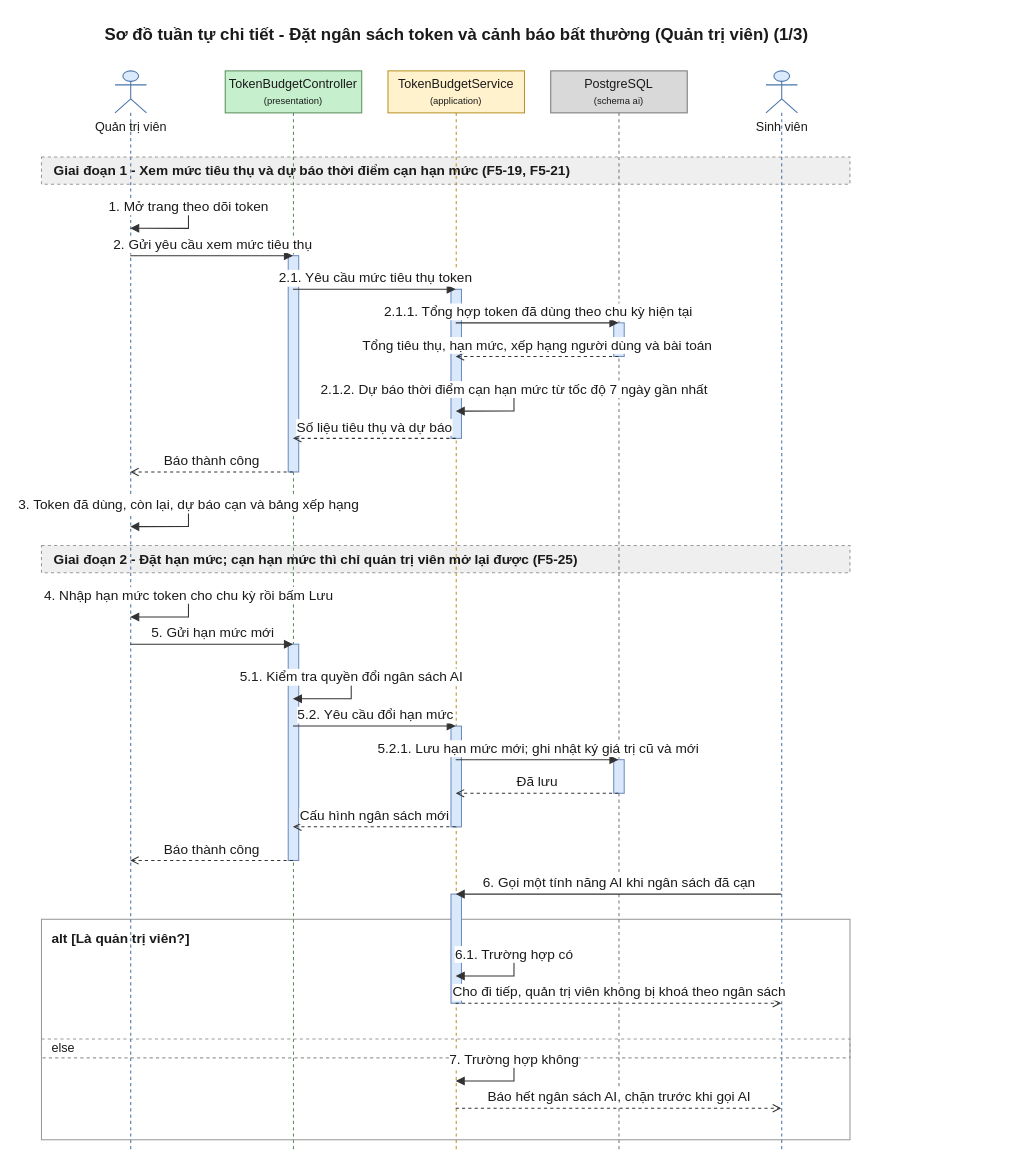
daiphu1801/PRJ_ALGOPREP keeps this draw.io diagram as 08-diagram/sequence/admin/sequence_admin_dat_ngan_sach_token_p1.drawio. Above is the earlier version. Source tidied: cells renumbered, new cells numbered last; positions are measured from the earlier drawing's top-left corner, leaving out a move shared by most shapes. Both pictures are drawn from the tidied source at 105%, with x=0, y=0 at pixel (41, 18).
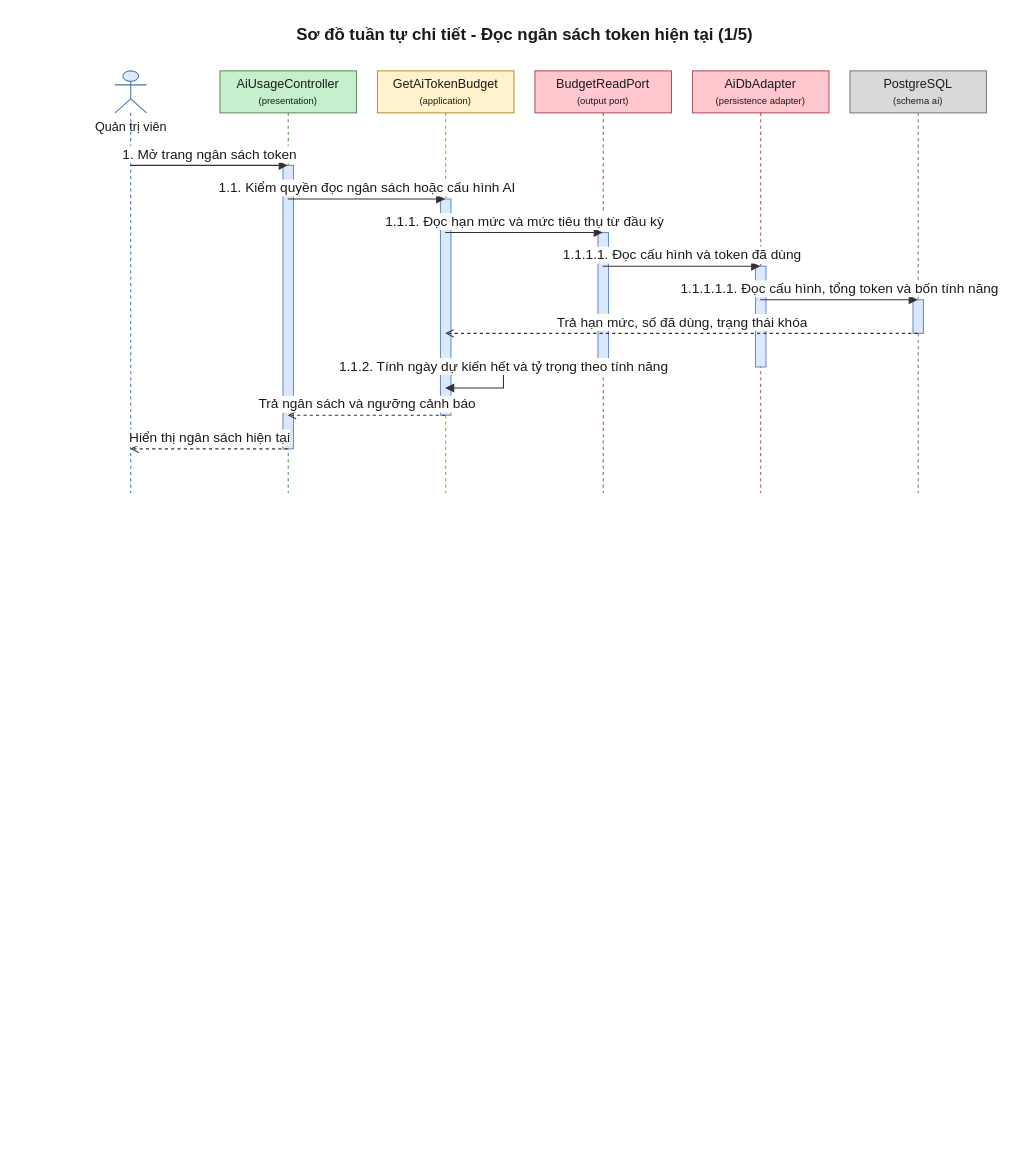
The same page after the edit.

Diff of the diagram source:
```diff
@@
-    <mxCell id="2" value="Sơ đồ tuần tự chi tiết - Đặt ngân sách token và cảnh báo bất thường (Quản trị viên) (1/3)" style="text;html=1;fontSize=16;fontStyle=1;align=center;verticalAlign=middle;fontColor=#1A1A1A;" parent="1" vertex="1">
-      <mxGeometry x="20" width="750" height="30" as="geometry" />
+    <mxCell id="2" value="Sơ đồ tuần tự chi tiết - Đọc ngân sách token hiện tại (1/5)" style="text;html=1;fontSize=16;fontStyle=1;align=center;verticalAlign=middle;fontColor=#1A1A1A;" parent="1" vertex="1">
+      <mxGeometry x="20" width="880" height="30" as="geometry" />
     </mxCell>
-    <mxCell id="3" value="alt [Là quản trị viên?]" style="algoprep=alt;rounded=0;whiteSpace=wrap;html=1;fillColor=none;strokeColor=#999999;verticalAlign=top;align=left;spacingLeft=8;spacingTop=4;fontColor=#1A1A1A;fontSize=13;fontStyle=1;dashed=0;" parent="1" vertex="1">
-      <mxGeometry y="858" width="770" height="210" as="geometry" />
+    <mxCell id="3" value="Quản trị viên" style="shape=umlLifeline;participant=umlActor;perimeter=lifelinePerimeter;html=1;outlineConnect=0;size=40;verticalAlign=top;spacingTop=40;fillColor=#DCEBFC;strokeColor=#4A76A8;fontColor=#1A1A1A;" parent="1" vertex="1">
+      <mxGeometry x="70" y="50" width="30" height="402" as="geometry" />
     </mxCell>
-    <mxCell id="4" value="else" style="text;html=1;dashed=1;strokeColor=#999999;fillColor=none;align=left;verticalAlign=middle;spacingLeft=8;fontColor=#1A1A1A;fontSize=12;" parent="1" vertex="1">
-      <mxGeometry y="972" width="770" height="18" as="geometry" />
+    <mxCell id="4" value="AiUsageController&lt;br&gt;&lt;font style=&quot;font-size:9px&quot;&gt;(presentation)&lt;/font&gt;" style="shape=umlLifeline;perimeter=lifelinePerimeter;whiteSpace=wrap;html=1;outlineConnect=0;size=40;fillColor=#C6EFCE;strokeColor=#5E8E5E;fontColor=#1A1A1A;" parent="1" vertex="1">
+      <mxGeometry x="170" y="50" width="130" height="402" as="geometry" />
     </mxCell>
-    <mxCell id="5" value="Giai đoạn 1 - Xem mức tiêu thụ và dự báo thời điểm cạn hạn mức (F5-19, F5-21)" style="algoprep=phase;rounded=0;whiteSpace=wrap;html=1;fillColor=#EFEFEF;strokeColor=#999999;dashed=1;align=left;verticalAlign=middle;spacingLeft=10;fontColor=#1A1A1A;fontSize=13;fontStyle=1;" parent="1" vertex="1">
-      <mxGeometry y="132" width="770" height="26" as="geometry" />
+    <mxCell id="5" value="GetAiTokenBudget&lt;br&gt;&lt;font style=&quot;font-size:9px&quot;&gt;(application)&lt;/font&gt;" style="shape=umlLifeline;perimeter=lifelinePerimeter;whiteSpace=wrap;html=1;outlineConnect=0;size=40;fillColor=#FFF2CC;strokeColor=#B8952A;fontColor=#1A1A1A;" parent="1" vertex="1">
+      <mxGeometry x="320" y="50" width="130" height="402" as="geometry" />
     </mxCell>
-    <mxCell id="6" value="Giai đoạn 2 - Đặt hạn mức; cạn hạn mức thì chỉ quản trị viên mở lại được (F5-25)" style="algoprep=phase;rounded=0;whiteSpace=wrap;html=1;fillColor=#EFEFEF;strokeColor=#999999;dashed=1;align=left;verticalAlign=middle;spacingLeft=10;fontColor=#1A1A1A;fontSize=13;fontStyle=1;" parent="1" vertex="1">
-      <mxGeometry y="502" width="770" height="26" as="geometry" />
+    <mxCell id="6" value="BudgetReadPort&lt;br&gt;&lt;font style=&quot;font-size:9px&quot;&gt;(output port)&lt;/font&gt;" style="shape=umlLifeline;perimeter=lifelinePerimeter;whiteSpace=wrap;html=1;outlineConnect=0;size=40;fillColor=#FFC7CE;strokeColor=#B0525E;fontColor=#1A1A1A;" parent="1" vertex="1">
+      <mxGeometry x="470" y="50" width="130" height="402" as="geometry" />
     </mxCell>
-    <mxCell id="7" value="Quản trị viên" style="shape=umlLifeline;participant=umlActor;perimeter=lifelinePerimeter;html=1;outlineConnect=0;size=40;verticalAlign=top;spacingTop=40;fillColor=#DCEBFC;strokeColor=#4A76A8;fontColor=#1A1A1A;" parent="1" vertex="1">
-      <mxGeometry x="70" y="50" width="30" height="1030" as="geometry" />
+    <mxCell id="7" value="AiDbAdapter&lt;br&gt;&lt;font style=&quot;font-size:9px&quot;&gt;(persistence adapter)&lt;/font&gt;" style="shape=umlLifeline;perimeter=lifelinePerimeter;whiteSpace=wrap;html=1;outlineConnect=0;size=40;fillColor=#FFC7CE;strokeColor=#B0525E;fontColor=#1A1A1A;" parent="1" vertex="1">
+      <mxGeometry x="620" y="50" width="130" height="402" as="geometry" />
     </mxCell>
-    <mxCell id="8" value="TokenBudgetController&lt;br&gt;&lt;font style=&quot;font-size:9px&quot;&gt;(presentation)&lt;/font&gt;" style="shape=umlLifeline;perimeter=lifelinePerimeter;whiteSpace=wrap;html=1;outlineConnect=0;size=40;fillColor=#C6EFCE;strokeColor=#5E8E5E;fontColor=#1A1A1A;" parent="1" vertex="1">
-      <mxGeometry x="175" y="50" width="130" height="1030" as="geometry" />
+    <mxCell id="8" value="PostgreSQL&lt;br&gt;&lt;font style=&quot;font-size:9px&quot;&gt;(schema ai)&lt;/font&gt;" style="shape=umlLifeline;perimeter=lifelinePerimeter;whiteSpace=wrap;html=1;outlineConnect=0;size=40;fillColor=#D9D9D9;strokeColor=#7A7A7A;fontColor=#1A1A1A;" parent="1" vertex="1">
+      <mxGeometry x="770" y="50" width="130" height="402" as="geometry" />
     </mxCell>
-    <mxCell id="9" value="TokenBudgetService&lt;br&gt;&lt;font style=&quot;font-size:9px&quot;&gt;(application)&lt;/font&gt;" style="shape=umlLifeline;perimeter=lifelinePerimeter;whiteSpace=wrap;html=1;outlineConnect=0;size=40;fillColor=#FFF2CC;strokeColor=#B8952A;fontColor=#1A1A1A;" parent="1" vertex="1">
-      <mxGeometry x="330" y="50" width="130" height="1030" as="geometry" />
+    <mxCell id="9" style="html=1;points=[[0,0,0,0,0],[0,1,0,0,0],[1,0,0,0,0],[1,1,0,0,0]];perimeter=orthogonalPerimeter;outlineConnect=0;targetShapes=umlLifeline;fillColor=#DAE8FC;strokeColor=#6C8EBF;" parent="8" vertex="1">
+      <mxGeometry x="60" y="218" width="10" height="32" as="geometry" />
     </mxCell>
-    <mxCell id="10" value="PostgreSQL&lt;br&gt;&lt;font style=&quot;font-size:9px&quot;&gt;(schema ai)&lt;/font&gt;" style="shape=umlLifeline;perimeter=lifelinePerimeter;whiteSpace=wrap;html=1;outlineConnect=0;size=40;fillColor=#D9D9D9;strokeColor=#7A7A7A;fontColor=#1A1A1A;" parent="1" vertex="1">
-      <mxGeometry x="485" y="50" width="130" height="1030" as="geometry" />
+    <mxCell id="10" style="html=1;points=[[0,0,0,0,0],[0,1,0,0,0],[1,0,0,0,0],[1,1,0,0,0]];perimeter=orthogonalPerimeter;outlineConnect=0;targetShapes=umlLifeline;fillColor=#DAE8FC;strokeColor=#6C8EBF;" parent="7" vertex="1">
+      <mxGeometry x="60" y="186" width="10" height="96" as="geometry" />
     </mxCell>
-    <mxCell id="11" value="Sinh viên" style="shape=umlLifeline;participant=umlActor;perimeter=lifelinePerimeter;html=1;outlineConnect=0;size=40;verticalAlign=top;spacingTop=40;fillColor=#DCEBFC;strokeColor=#4A76A8;fontColor=#1A1A1A;" parent="1" vertex="1">
-      <mxGeometry x="690" y="50" width="30" height="1030" as="geometry" />
+    <mxCell id="11" style="html=1;points=[[0,0,0,0,0],[0,1,0,0,0],[1,0,0,0,0],[1,1,0,0,0]];perimeter=orthogonalPerimeter;outlineConnect=0;targetShapes=umlLifeline;fillColor=#DAE8FC;strokeColor=#6C8EBF;" parent="6" vertex="1">
+      <mxGeometry x="60" y="154" width="10" height="128" as="geometry" />
     </mxCell>
-    <mxCell id="12" style="html=1;perimeter=orthogonalPerimeter;targetShapes=umlLifeline;fillColor=#DAE8FC;strokeColor=#6C8EBF;" parent="10" vertex="1">
-      <mxGeometry x="60" y="240" width="10" height="32" as="geometry" />
+    <mxCell id="12" style="html=1;perimeter=orthogonalPerimeter;targetShapes=umlLifeline;fillColor=#DAE8FC;strokeColor=#6C8EBF;" parent="5" vertex="1">
+      <mxGeometry x="60" y="122" width="10" height="206" as="geometry" />
     </mxCell>
-    <mxCell id="13" style="html=1;perimeter=orthogonalPerimeter;targetShapes=umlLifeline;fillColor=#DAE8FC;strokeColor=#6C8EBF;" parent="9" vertex="1">
-      <mxGeometry x="60" y="208" width="10" height="142" as="geometry" />
+    <mxCell id="13" style="html=1;perimeter=orthogonalPerimeter;targetShapes=umlLifeline;fillColor=#DAE8FC;strokeColor=#6C8EBF;" parent="4" vertex="1">
+      <mxGeometry x="60" y="90" width="10" height="270" as="geometry" />
     </mxCell>
-    <mxCell id="14" style="html=1;perimeter=orthogonalPerimeter;targetShapes=umlLifeline;fillColor=#DAE8FC;strokeColor=#6C8EBF;" parent="8" vertex="1">
-      <mxGeometry x="60" y="176" width="10" height="206" as="geometry" />
-    </mxCell>
-    <mxCell id="15" style="html=1;perimeter=orthogonalPerimeter;targetShapes=umlLifeline;fillColor=#DAE8FC;strokeColor=#6C8EBF;" parent="10" vertex="1">
-      <mxGeometry x="60" y="656" width="10" height="32" as="geometry" />
-    </mxCell>
-    <mxCell id="16" style="html=1;perimeter=orthogonalPerimeter;targetShapes=umlLifeline;fillColor=#DAE8FC;strokeColor=#6C8EBF;" parent="9" vertex="1">
-      <mxGeometry x="60" y="624" width="10" height="96" as="geometry" />
-    </mxCell>
-    <mxCell id="17" style="html=1;perimeter=orthogonalPerimeter;targetShapes=umlLifeline;fillColor=#DAE8FC;strokeColor=#6C8EBF;" parent="8" vertex="1">
-      <mxGeometry x="60" y="546" width="10" height="206" as="geometry" />
-    </mxCell>
-    <mxCell id="18" style="html=1;perimeter=orthogonalPerimeter;targetShapes=umlLifeline;fillColor=#DAE8FC;strokeColor=#6C8EBF;" parent="9" vertex="1">
-      <mxGeometry x="60" y="784" width="10" height="104" as="geometry" />
-    </mxCell>
+    <mxCell id="41" value="1. Mở trang ngân sách token" style="edgeStyle=none;html=1;endArrow=block;endFill=1;strokeColor=#333333;fontColor=#1A1A1A;fontSize=13;verticalAlign=bottom;exitX=0.5;exitY=0.2239;exitDx=0;exitDy=0;entryX=0.5;entryY=0.2239;entryDx=0;entryDy=0;" parent="1" edge="1" source="3" target="4">
+      <mxGeometry relative="1" as="geometry" />
+    </mxCell>
+    <mxCell id="42" value="1.1. Kiểm quyền đọc ngân sách hoặc cấu hình AI" style="edgeStyle=none;html=1;endArrow=block;endFill=1;strokeColor=#333333;fontColor=#1A1A1A;fontSize=13;verticalAlign=bottom;exitX=0.5;exitY=0.3035;exitDx=0;exitDy=0;entryX=0.5;entryY=0.3035;entryDx=0;entryDy=0;" parent="1" edge="1" source="4" target="5">
+      <mxGeometry relative="1" as="geometry" />
+    </mxCell>
+    <mxCell id="43" value="1.1.1. Đọc hạn mức và mức tiêu thụ từ đầu kỳ" style="edgeStyle=none;html=1;endArrow=block;endFill=1;strokeColor=#333333;fontColor=#1A1A1A;fontSize=13;verticalAlign=bottom;exitX=0.5;exitY=0.3831;exitDx=0;exitDy=0;entryX=0.5;entryY=0.3831;entryDx=0;entryDy=0;" parent="1" edge="1" source="5" target="6">
+      <mxGeometry relative="1" as="geometry" />
+    </mxCell>
+    <mxCell id="44" value="1.1.1.1. Đọc cấu hình và token đã dùng" style="edgeStyle=none;html=1;endArrow=block;endFill=1;strokeColor=#333333;fontColor=#1A1A1A;fontSize=13;verticalAlign=bottom;exitX=0.5;exitY=0.4627;exitDx=0;exitDy=0;entryX=0.5;entryY=0.4627;entryDx=0;entryDy=0;" parent="1" edge="1" source="6" target="7">
+      <mxGeometry relative="1" as="geometry" />
+    </mxCell>
+    <mxCell id="29" value="1.1.1.1.1. Đọc cấu hình, tổng token và bốn tính năng" style="edgeStyle=none;html=1;endArrow=block;endFill=1;strokeColor=#333333;fontColor=#1A1A1A;fontSize=13;verticalAlign=bottom;exitX=0.5;exitY=0.5423;exitDx=0;exitDy=0;entryX=0.5;entryY=0.5423;entryDx=0;entryDy=0;" parent="1" edge="1" source="7" target="8">
+      <mxGeometry relative="1" as="geometry" />
+    </mxCell>
-    <mxCell id="19" value="1. Mở trang theo dõi token" style="edgeStyle=orthogonalEdgeStyle;rounded=0;html=1;endArrow=block;endFill=1;strokeColor=#333333;fontColor=#1A1A1A;fontSize=13;verticalAlign=bottom;exitX=0.5;exitY=0.1262;exitDx=0;exitDy=0;entryX=0.5;entryY=0.1456;entryDx=0;entryDy=0;" parent="1" edge="1" source="7" target="7">
-      <mxGeometry relative="1" as="geometry">
-        <Array as="points">
-          <mxPoint x="140" y="180" />
-          <mxPoint x="140" y="200" />
-        </Array>
-      </mxGeometry>
+    <mxCell id="19" value="Trả hạn mức, số đã dùng, trạng thái khóa" style="edgeStyle=none;html=1;endArrow=open;endFill=0;dashed=1;strokeColor=#333333;fontColor=#1A1A1A;fontSize=13;verticalAlign=bottom;exitX=0.5;exitY=0.6219;exitDx=0;exitDy=0;entryX=0.5;entryY=0.6219;entryDx=0;entryDy=0;" parent="1" edge="1" source="8" target="5">
+      <mxGeometry relative="1" as="geometry" />
     </mxCell>
-    <mxCell id="20" value="2. Gửi yêu cầu xem mức tiêu thụ" style="edgeStyle=none;html=1;endArrow=block;endFill=1;strokeColor=#333333;fontColor=#1A1A1A;fontSize=13;verticalAlign=bottom;exitX=0.5;exitY=0.1709;exitDx=0;exitDy=0;entryX=0.5;entryY=0.1709;entryDx=0;entryDy=0;" parent="1" edge="1" source="7" target="8">
-      <mxGeometry relative="1" as="geometry" />
+    <mxCell id="20" value="1.1.2. Tính ngày dự kiến hết và tỷ trọng theo tính năng" style="edgeStyle=orthogonalEdgeStyle;rounded=0;html=1;endArrow=block;endFill=1;strokeColor=#333333;fontColor=#1A1A1A;fontSize=13;verticalAlign=bottom;exitX=0.5;exitY=0.7015;exitDx=0;exitDy=0;entryX=0.5;entryY=0.7512;entryDx=0;entryDy=0;" parent="1" edge="1" source="5" target="5">
+      <mxGeometry relative="1" as="geometry">
+        <Array as="points">
+          <mxPoint x="440" y="332" />
+          <mxPoint x="440" y="352" />
+        </Array>
+      </mxGeometry>
     </mxCell>
-    <mxCell id="21" value="2.1. Yêu cầu mức tiêu thụ token" style="edgeStyle=none;html=1;endArrow=block;endFill=1;strokeColor=#333333;fontColor=#1A1A1A;fontSize=13;verticalAlign=bottom;exitX=0.5;exitY=0.2019;exitDx=0;exitDy=0;entryX=0.5;entryY=0.2019;entryDx=0;entryDy=0;" parent="1" edge="1" source="8" target="9">
+    <mxCell id="21" value="Trả ngân sách và ngưỡng cảnh báo" style="edgeStyle=none;html=1;endArrow=open;endFill=0;dashed=1;strokeColor=#333333;fontColor=#1A1A1A;fontSize=13;verticalAlign=bottom;exitX=0.5;exitY=0.8159;exitDx=0;exitDy=0;entryX=0.5;entryY=0.8159;entryDx=0;entryDy=0;" parent="1" edge="1" source="5" target="4">
       <mxGeometry relative="1" as="geometry" />
     </mxCell>
-    <mxCell id="22" value="2.1.1. Tổng hợp token đã dùng theo chu kỳ hiện tại" style="edgeStyle=none;html=1;endArrow=block;endFill=1;strokeColor=#333333;fontColor=#1A1A1A;fontSize=13;verticalAlign=bottom;exitX=0.5;exitY=0.2330;exitDx=0;exitDy=0;entryX=0.5;entryY=0.2330;entryDx=0;entryDy=0;" parent="1" edge="1" source="9" target="10">
+    <mxCell id="22" value="Hiển thị ngân sách hiện tại" style="edgeStyle=none;html=1;endArrow=open;endFill=0;dashed=1;strokeColor=#333333;fontColor=#1A1A1A;fontSize=13;verticalAlign=bottom;exitX=0.5;exitY=0.8955;exitDx=0;exitDy=0;entryX=0.5;entryY=0.8955;entryDx=0;entryDy=0;" parent="1" edge="1" source="4" target="3">
       <mxGeometry relative="1" as="geometry" />
     </mxCell>
-    <mxCell id="23" value="Tổng tiêu thụ, hạn mức, xếp hạng người dùng và bài toán" style="edgeStyle=none;html=1;endArrow=open;endFill=0;dashed=1;strokeColor=#333333;fontColor=#1A1A1A;fontSize=13;verticalAlign=bottom;exitX=0.5;exitY=0.2641;exitDx=0;exitDy=0;entryX=0.5;entryY=0.2641;entryDx=0;entryDy=0;" parent="1" edge="1" source="10" target="9">
-      <mxGeometry relative="1" as="geometry" />
-    </mxCell>
-    <mxCell id="24" value="2.1.2. Dự báo thời điểm cạn hạn mức từ tốc độ 7 ngày gần nhất" style="edgeStyle=orthogonalEdgeStyle;rounded=0;html=1;endArrow=block;endFill=1;strokeColor=#333333;fontColor=#1A1A1A;fontSize=13;verticalAlign=bottom;exitX=0.5;exitY=0.2951;exitDx=0;exitDy=0;entryX=0.5;entryY=0.3146;entryDx=0;entryDy=0;" parent="1" edge="1" source="9" target="9">
-      <mxGeometry relative="1" as="geometry">
-        <Array as="points">
-          <mxPoint x="450" y="354" />
-          <mxPoint x="450" y="374" />
-        </Array>
-      </mxGeometry>
-    </mxCell>
-    <mxCell id="25" value="Số liệu tiêu thụ và dự báo" style="edgeStyle=none;html=1;endArrow=open;endFill=0;dashed=1;strokeColor=#333333;fontColor=#1A1A1A;fontSize=13;verticalAlign=bottom;exitX=0.5;exitY=0.3398;exitDx=0;exitDy=0;entryX=0.5;entryY=0.3398;entryDx=0;entryDy=0;" parent="1" edge="1" source="9" target="8">
-      <mxGeometry relative="1" as="geometry" />
-    </mxCell>
-    <mxCell id="26" value="Báo thành công" style="edgeStyle=none;html=1;endArrow=open;endFill=0;dashed=1;strokeColor=#333333;fontColor=#1A1A1A;fontSize=13;verticalAlign=bottom;exitX=0.5;exitY=0.3709;exitDx=0;exitDy=0;entryX=0.5;entryY=0.3709;entryDx=0;entryDy=0;" parent="1" edge="1" source="8" target="7">
-      <mxGeometry relative="1" as="geometry" />
-    </mxCell>
-    <mxCell id="27" value="3. Token đã dùng, còn lại, dự báo cạn và bảng xếp hạng" style="edgeStyle=orthogonalEdgeStyle;rounded=0;html=1;endArrow=block;endFill=1;strokeColor=#333333;fontColor=#1A1A1A;fontSize=13;verticalAlign=bottom;exitX=0.5;exitY=0.4019;exitDx=0;exitDy=0;entryX=0.5;entryY=0.4214;entryDx=0;entryDy=0;" parent="1" edge="1" source="7" target="7">
-      <mxGeometry relative="1" as="geometry">
-        <Array as="points">
-          <mxPoint x="140" y="464" />
-          <mxPoint x="140" y="484" />
-        </Array>
-      </mxGeometry>
-    </mxCell>
-    <mxCell id="28" value="4. Nhập hạn mức token cho chu kỳ rồi bấm Lưu" style="edgeStyle=orthogonalEdgeStyle;rounded=0;html=1;endArrow=block;endFill=1;strokeColor=#333333;fontColor=#1A1A1A;fontSize=13;verticalAlign=bottom;exitX=0.5;exitY=0.4854;exitDx=0;exitDy=0;entryX=0.5;entryY=0.5049;entryDx=0;entryDy=0;" parent="1" edge="1" source="7" target="7">
-      <mxGeometry relative="1" as="geometry">
-        <Array as="points">
-          <mxPoint x="140" y="550" />
-          <mxPoint x="140" y="570" />
-        </Array>
-      </mxGeometry>
-    </mxCell>
-    <mxCell id="29" value="5. Gửi hạn mức mới" style="edgeStyle=none;html=1;endArrow=block;endFill=1;strokeColor=#333333;fontColor=#1A1A1A;fontSize=13;verticalAlign=bottom;exitX=0.5;exitY=0.5301;exitDx=0;exitDy=0;entryX=0.5;entryY=0.5301;entryDx=0;entryDy=0;" parent="1" edge="1" source="7" target="8">
-      <mxGeometry relative="1" as="geometry" />
-    </mxCell>
-    <mxCell id="30" value="5.1. Kiểm tra quyền đổi ngân sách AI" style="edgeStyle=orthogonalEdgeStyle;rounded=0;html=1;endArrow=block;endFill=1;strokeColor=#333333;fontColor=#1A1A1A;fontSize=13;verticalAlign=bottom;exitX=0.5;exitY=0.5612;exitDx=0;exitDy=0;entryX=0.5;entryY=0.5806;entryDx=0;entryDy=0;" parent="1" edge="1" source="8" target="8">
-      <mxGeometry relative="1" as="geometry">
-        <Array as="points">
-          <mxPoint x="295" y="628" />
-          <mxPoint x="295" y="648" />
-        </Array>
-      </mxGeometry>
-    </mxCell>
-    <mxCell id="31" value="5.2. Yêu cầu đổi hạn mức" style="edgeStyle=none;html=1;endArrow=block;endFill=1;strokeColor=#333333;fontColor=#1A1A1A;fontSize=13;verticalAlign=bottom;exitX=0.5;exitY=0.6058;exitDx=0;exitDy=0;entryX=0.5;entryY=0.6058;entryDx=0;entryDy=0;" parent="1" edge="1" source="8" target="9">
-      <mxGeometry relative="1" as="geometry" />
-    </mxCell>
-    <mxCell id="32" value="5.2.1. Lưu hạn mức mới; ghi nhật ký giá trị cũ và mới" style="edgeStyle=none;html=1;endArrow=block;endFill=1;strokeColor=#333333;fontColor=#1A1A1A;fontSize=13;verticalAlign=bottom;exitX=0.5;exitY=0.6369;exitDx=0;exitDy=0;entryX=0.5;entryY=0.6369;entryDx=0;entryDy=0;" parent="1" edge="1" source="9" target="10">
-      <mxGeometry relative="1" as="geometry" />
-    </mxCell>
-    <mxCell id="33" value="Đã lưu" style="edgeStyle=none;html=1;endArrow=open;endFill=0;dashed=1;strokeColor=#333333;fontColor=#1A1A1A;fontSize=13;verticalAlign=bottom;exitX=0.5;exitY=0.6680;exitDx=0;exitDy=0;entryX=0.5;entryY=0.6680;entryDx=0;entryDy=0;" parent="1" edge="1" source="10" target="9">
-      <mxGeometry relative="1" as="geometry" />
-    </mxCell>
-    <mxCell id="34" value="Cấu hình ngân sách mới" style="edgeStyle=none;html=1;endArrow=open;endFill=0;dashed=1;strokeColor=#333333;fontColor=#1A1A1A;fontSize=13;verticalAlign=bottom;exitX=0.5;exitY=0.6990;exitDx=0;exitDy=0;entryX=0.5;entryY=0.6990;entryDx=0;entryDy=0;" parent="1" edge="1" source="9" target="8">
-      <mxGeometry relative="1" as="geometry" />
-    </mxCell>
-    <mxCell id="35" value="Báo thành công" style="edgeStyle=none;html=1;endArrow=open;endFill=0;dashed=1;strokeColor=#333333;fontColor=#1A1A1A;fontSize=13;verticalAlign=bottom;exitX=0.5;exitY=0.7301;exitDx=0;exitDy=0;entryX=0.5;entryY=0.7301;entryDx=0;entryDy=0;" parent="1" edge="1" source="8" target="7">
-      <mxGeometry relative="1" as="geometry" />
-    </mxCell>
-    <mxCell id="36" value="6. Gọi một tính năng AI khi ngân sách đã cạn" style="edgeStyle=none;html=1;endArrow=block;endFill=1;strokeColor=#333333;fontColor=#1A1A1A;fontSize=13;verticalAlign=bottom;exitX=0.5;exitY=0.7612;exitDx=0;exitDy=0;entryX=0.5;entryY=0.7612;entryDx=0;entryDy=0;" parent="1" edge="1" source="11" target="9">
-      <mxGeometry relative="1" as="geometry" />
-    </mxCell>
-    <mxCell id="37" value="6.1. Trường hợp có" style="edgeStyle=orthogonalEdgeStyle;rounded=0;html=1;endArrow=block;endFill=1;strokeColor=#333333;fontColor=#1A1A1A;fontSize=13;verticalAlign=bottom;exitX=0.5;exitY=0.8175;exitDx=0;exitDy=0;entryX=0.5;entryY=0.8369;entryDx=0;entryDy=0;" parent="1" edge="1" source="9" target="9">
-      <mxGeometry relative="1" as="geometry">
-        <Array as="points">
-          <mxPoint x="450" y="892" />
-          <mxPoint x="450" y="912" />
-        </Array>
-      </mxGeometry>
-    </mxCell>
-    <mxCell id="38" value="Cho đi tiếp, quản trị viên không bị khoá theo ngân sách" style="edgeStyle=none;html=1;endArrow=open;endFill=0;dashed=1;strokeColor=#333333;fontColor=#1A1A1A;fontSize=13;verticalAlign=bottom;exitX=0.5;exitY=0.8621;exitDx=0;exitDy=0;entryX=0.5;entryY=0.8621;entryDx=0;entryDy=0;" parent="1" edge="1" source="9" target="11">
-      <mxGeometry relative="1" as="geometry" />
-    </mxCell>
-    <mxCell id="39" value="7. Trường hợp không" style="edgeStyle=orthogonalEdgeStyle;rounded=0;html=1;endArrow=block;endFill=1;strokeColor=#333333;fontColor=#1A1A1A;fontSize=13;verticalAlign=bottom;exitX=0.5;exitY=0.9146;exitDx=0;exitDy=0;entryX=0.5;entryY=0.9340;entryDx=0;entryDy=0;" parent="1" edge="1" source="9" target="9">
-      <mxGeometry relative="1" as="geometry">
-        <Array as="points">
-          <mxPoint x="450" y="992" />
-          <mxPoint x="450" y="1012" />
-        </Array>
-      </mxGeometry>
-    </mxCell>
-    <mxCell id="40" value="Báo hết ngân sách AI, chặn trước khi gọi AI" style="edgeStyle=none;html=1;endArrow=open;endFill=0;dashed=1;strokeColor=#333333;fontColor=#1A1A1A;fontSize=13;verticalAlign=bottom;exitX=0.5;exitY=0.9592;exitDx=0;exitDy=0;entryX=0.5;entryY=0.9592;entryDx=0;entryDy=0;" parent="1" edge="1" source="9" target="11">
-      <mxGeometry relative="1" as="geometry" />
-    </mxCell>
```
